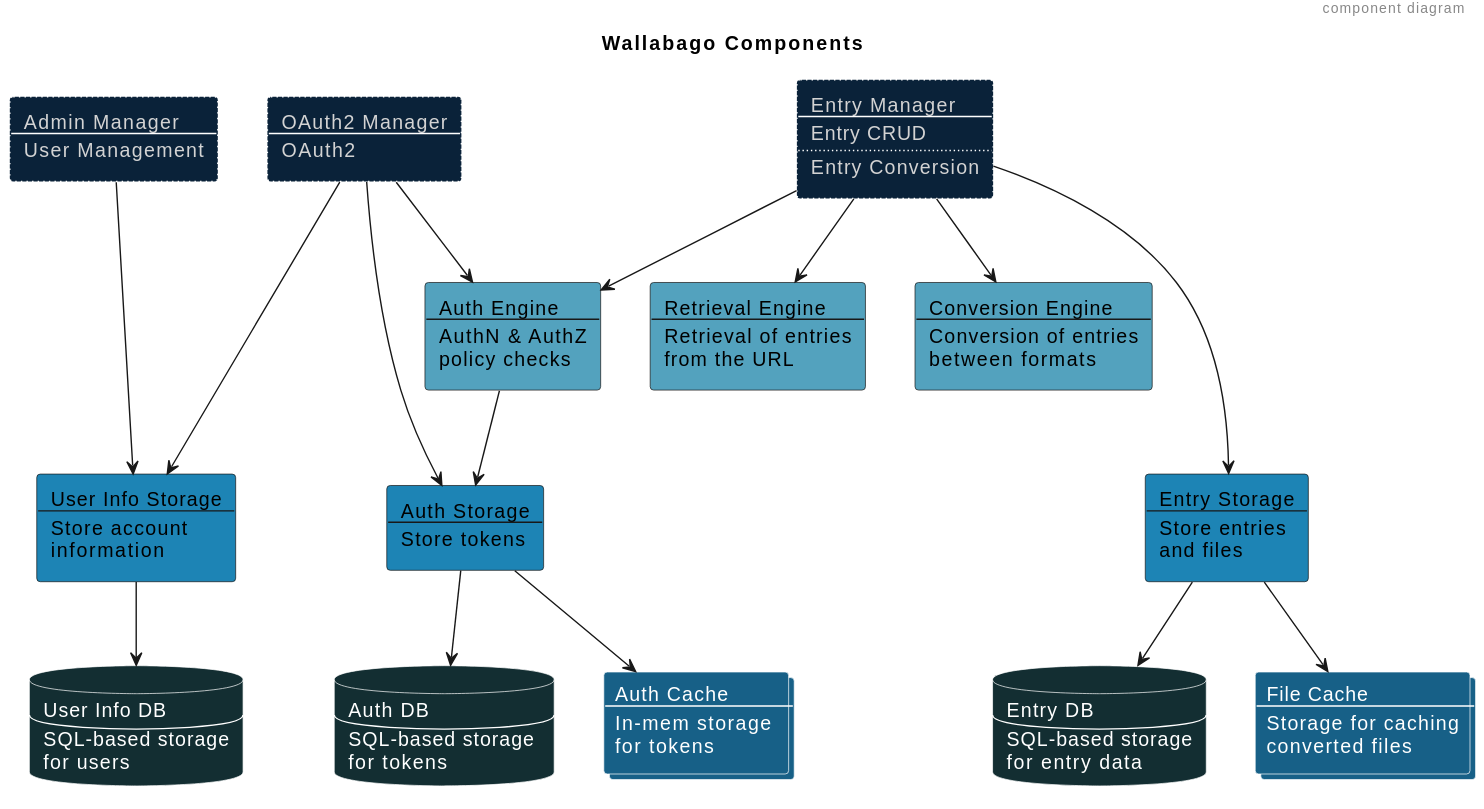
Earlier version of the PlantUML export docs/diagrams/dist/architecture-components.svg (xomiachuna/wallabago).
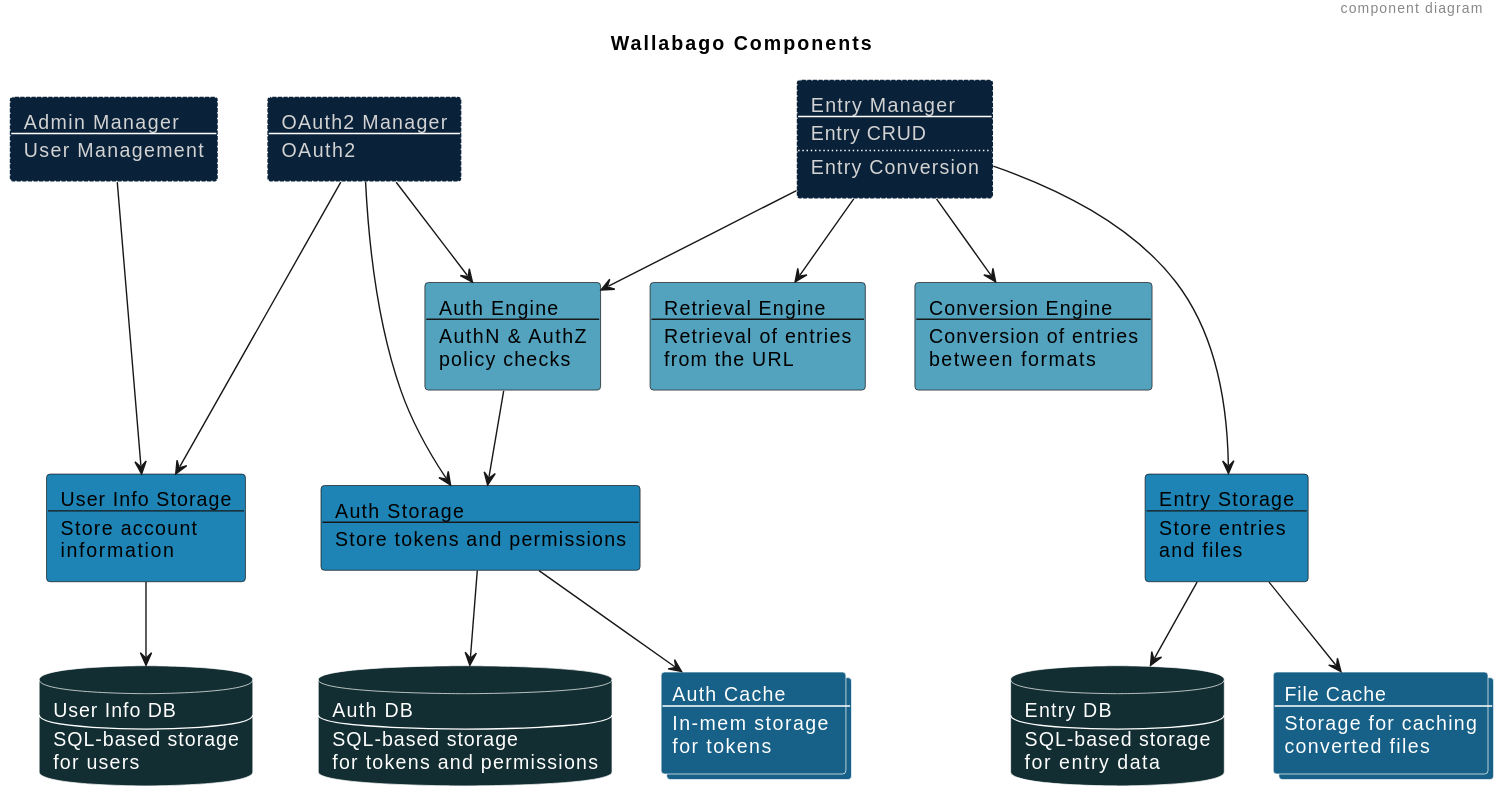
The same file after the commit.

Commit message:
docs: Clarify auth storage role

The edit, as a diff of the source:
```diff
@@ -30,7 +30,7 @@
 rectangle AuthStorage #$Storage [
     Auth Storage
     ----
-    Store tokens
+    Store tokens and permissions
 ]
 
 rectangle UserInfoStorage #$Storage [
@@ -73,7 +73,7 @@
     Auth DB
     ----
     SQL-based storage
-    for tokens
+    for tokens and permissions
 ]
 
 collections AuthCache #$Cache [
```
